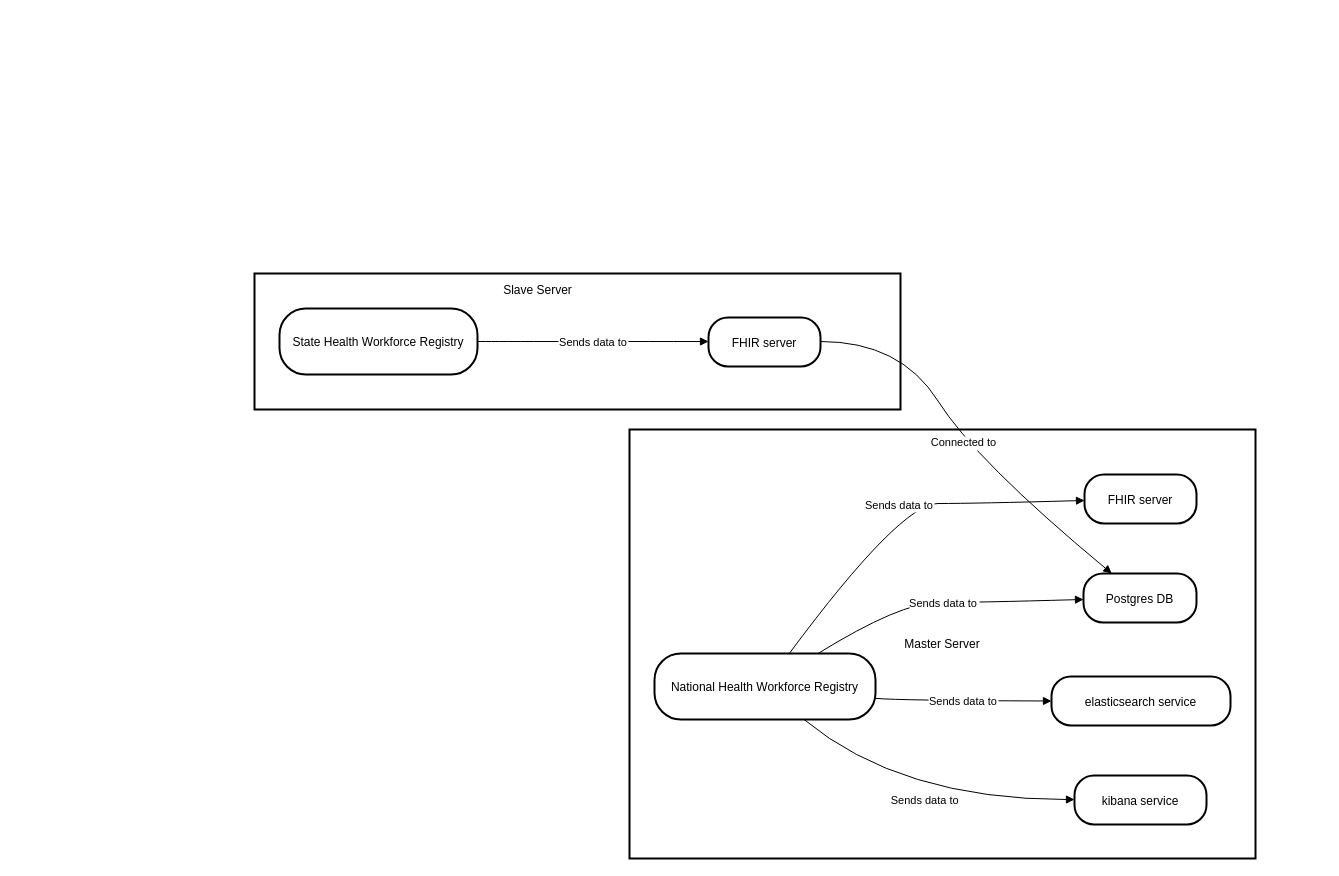
This is Untitled Diagram.drawio from ApostleDreSong/draws, a draw.io file, before an edit. Source tidied: cells renumbered, new cells numbered last; positions are measured from the earlier drawing's top-left corner, leaving out a move shared by most shapes. Both pictures are drawn from the tidied source at 100%, with x=0, y=0 at pixel (254, 273).
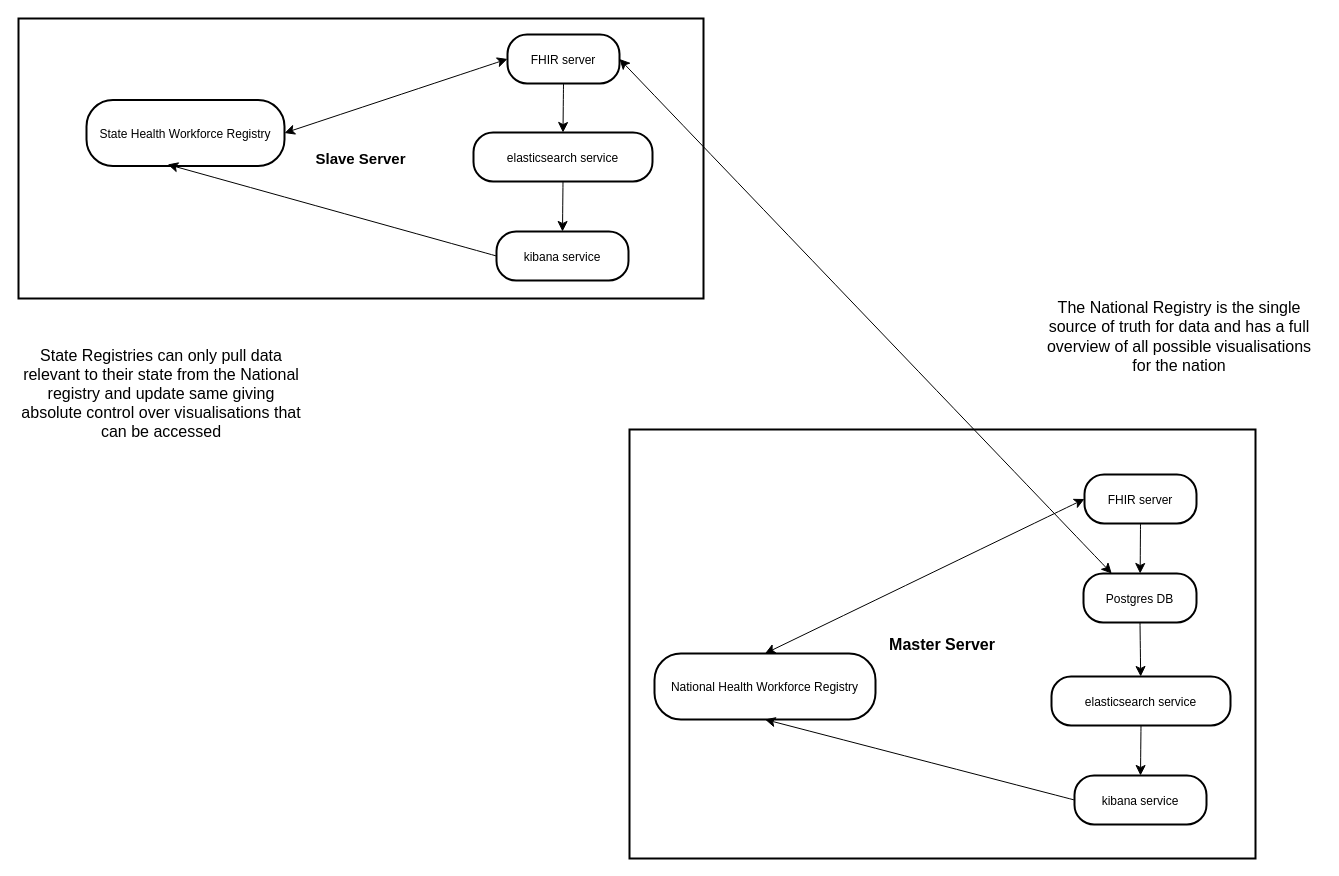
Above is the later version.

Unchanged cells that the change refers to:
```xml
<mxCell id="4" value="National Health Workforce Registry" style="rounded=1;arcSize=40;strokeWidth=2;" parent="1" vertex="1">
  <mxGeometry x="400" y="380" width="221" height="66" as="geometry" />
</mxCell>
<mxCell id="5" value="FHIR server" style="rounded=1;arcSize=40;strokeWidth=2;" parent="1" vertex="1">
  <mxGeometry x="830" y="201" width="112" height="49" as="geometry" />
</mxCell>
<mxCell id="6" value="Postgres DB" style="rounded=1;arcSize=40;strokeWidth=2;" parent="1" vertex="1">
  <mxGeometry x="829" y="300" width="113" height="49" as="geometry" />
</mxCell>
<mxCell id="7" value="elasticsearch service" style="rounded=1;arcSize=40;strokeWidth=2;" parent="1" vertex="1">
  <mxGeometry x="797" y="403" width="179" height="49" as="geometry" />
</mxCell>
<mxCell id="8" value="kibana service" style="rounded=1;arcSize=40;strokeWidth=2;" parent="1" vertex="1">
  <mxGeometry x="820" y="502" width="132" height="49" as="geometry" />
</mxCell>
```

Change to the diagram source:
```diff
@@
-    <mxCell id="2" style="whiteSpace=wrap;strokeWidth=2;" parent="1" vertex="1">
-      <mxGeometry width="646" height="136" as="geometry" />
+    <mxCell id="2" value="Slave Server" style="whiteSpace=wrap;strokeWidth=2;fontStyle=1;fontSize=15;" parent="1" vertex="1">
+      <mxGeometry x="-236" y="-255" width="685" height="280" as="geometry" />
     </mxCell>
-    <mxCell id="3" value="Master Server" style="whiteSpace=wrap;strokeWidth=2;" parent="1" vertex="1">
+    <mxCell id="3" value="Master Server" style="whiteSpace=wrap;strokeWidth=2;fontStyle=1;fontSize=16;" parent="1" vertex="1">
       <mxGeometry x="375" y="156" width="626" height="429" as="geometry" />
     </mxCell>
@@
     <mxCell id="9" value="State Health Workforce Registry" style="rounded=1;arcSize=40;strokeWidth=2;" parent="1" vertex="1">
-      <mxGeometry x="25" y="35" width="198" height="66" as="geometry" />
+      <mxGeometry x="-168" y="-173.5" width="198" height="66" as="geometry" />
     </mxCell>
     <mxCell id="10" value="FHIR server" style="rounded=1;arcSize=40;strokeWidth=2;" parent="1" vertex="1">
-      <mxGeometry x="454" y="44" width="112" height="49" as="geometry" />
+      <mxGeometry x="253" y="-239" width="112" height="49" as="geometry" />
     </mxCell>
-    <mxCell id="11" value="Sends data to" style="curved=1;startArrow=none;endArrow=block;exitX=0.61;exitY=0;entryX=0;entryY=0.53;" parent="1" edge="1" source="4" target="5">
-      <mxGeometry relative="1" as="geometry">
-        <Array as="points">
-          <mxPoint x="646" y="230" />
-          <mxPoint x="721" y="230" />
-        </Array>
-      </mxGeometry>
-    </mxCell>
-    <mxCell id="12" value="Sends data to" style="curved=1;startArrow=none;endArrow=block;exitX=0.74;exitY=0;entryX=0;entryY=0.53;" parent="1" edge="1" source="4" target="6">
-      <mxGeometry relative="1" as="geometry">
-        <Array as="points">
-          <mxPoint x="646" y="329" />
-          <mxPoint x="721" y="329" />
-        </Array>
-      </mxGeometry>
-    </mxCell>
-    <mxCell id="13" value="Sends data to" style="curved=1;startArrow=none;endArrow=block;exitX=1;exitY=0.68;entryX=0;entryY=0.5;" parent="1" edge="1" source="4" target="7">
-      <mxGeometry relative="1" as="geometry">
-        <Array as="points">
-          <mxPoint x="646" y="427" />
-        </Array>
-      </mxGeometry>
-    </mxCell>
-    <mxCell id="14" value="Sends data to" style="curved=1;startArrow=none;endArrow=block;exitX=0.68;exitY=1.01;entryX=0;entryY=0.49;" parent="1" edge="1" source="4" target="8">
-      <mxGeometry relative="1" as="geometry">
-        <Array as="points">
-          <mxPoint x="646" y="526" />
-        </Array>
-      </mxGeometry>
-    </mxCell>
-    <mxCell id="15" value="Sends data to" style="curved=1;startArrow=none;endArrow=block;exitX=1;exitY=0.5;entryX=0;entryY=0.49;" parent="1" edge="1" source="9" target="10">
-      <mxGeometry relative="1" as="geometry" />
-    </mxCell>
-    <mxCell id="16" value="Slave Server" style="edgeLabel;html=1;align=center;verticalAlign=middle;fontSize=12;" parent="15" vertex="1">
-      <mxGeometry x="-0.35" y="-2" relative="1" as="geometry">
-        <mxPoint x="-15" y="-54" as="offset" />
-      </mxGeometry>
-    </mxCell>
-    <mxCell id="17" value="Connected to" style="curved=1;startArrow=none;endArrow=block;exitX=1;exitY=0.49;entryX=0.25;entryY=0;" parent="1" edge="1" source="10" target="6">
-      <mxGeometry relative="1" as="geometry">
-        <Array as="points">
-          <mxPoint x="646" y="68" />
-          <mxPoint x="721" y="187" />
-        </Array>
-      </mxGeometry>
-    </mxCell>
+    <mxCell id="18" value="elasticsearch service" style="rounded=1;arcSize=40;strokeWidth=2;" parent="1" vertex="1">
+      <mxGeometry x="219" y="-141" width="179" height="49" as="geometry" />
+    </mxCell>
+    <mxCell id="19" value="kibana service" style="rounded=1;arcSize=40;strokeWidth=2;" parent="1" vertex="1">
+      <mxGeometry x="242" y="-42" width="132" height="49" as="geometry" />
+    </mxCell>
+    <mxCell id="20" style="endArrow=classic;html=1;rounded=0;fontSize=12;startSize=8;endSize=8;curved=1;exitX=0.5;exitY=1;exitDx=0;exitDy=0;entryX=0.5;entryY=0;entryDx=0;entryDy=0;" parent="1" edge="1" source="10" target="18">
+      <mxGeometry relative="1" as="geometry" />
+    </mxCell>
+    <mxCell id="21" style="endArrow=classic;html=1;rounded=0;fontSize=12;startSize=8;endSize=8;curved=1;exitX=0.5;exitY=1;exitDx=0;exitDy=0;entryX=0.5;entryY=0;entryDx=0;entryDy=0;" parent="1" edge="1" source="18" target="19">
+      <mxGeometry relative="1" as="geometry" />
+    </mxCell>
+    <mxCell id="22" style="endArrow=classic;html=1;rounded=0;fontSize=12;startSize=8;endSize=8;curved=1;exitX=0;exitY=0.5;exitDx=0;exitDy=0;entryX=0.41;entryY=0.977;entryDx=0;entryDy=0;entryPerimeter=0;" parent="1" edge="1" source="19" target="9">
+      <mxGeometry relative="1" as="geometry" />
+    </mxCell>
+    <mxCell id="23" style="endArrow=classic;startArrow=classic;html=1;rounded=0;fontSize=12;startSize=8;endSize=8;curved=1;entryX=1;entryY=0.5;entryDx=0;entryDy=0;exitX=0;exitY=0.5;exitDx=0;exitDy=0;" parent="1" edge="1" source="10" target="9">
+      <mxGeometry relative="1" as="geometry" />
+    </mxCell>
+    <mxCell id="24" style="endArrow=classic;startArrow=classic;html=1;rounded=0;fontSize=12;startSize=8;endSize=8;curved=1;entryX=1;entryY=0.5;entryDx=0;entryDy=0;exitX=0.25;exitY=0;exitDx=0;exitDy=0;" parent="1" edge="1" source="6" target="10">
+      <mxGeometry relative="1" as="geometry" />
+    </mxCell>
+    <mxCell id="25" style="endArrow=classic;startArrow=classic;html=1;rounded=0;fontSize=12;startSize=8;endSize=8;curved=1;entryX=0.5;entryY=0;entryDx=0;entryDy=0;exitX=0;exitY=0.5;exitDx=0;exitDy=0;" parent="1" edge="1" source="5" target="4">
+      <mxGeometry relative="1" as="geometry" />
+    </mxCell>
+    <mxCell id="26" style="endArrow=classic;html=1;rounded=0;fontSize=12;startSize=8;endSize=8;curved=1;exitX=0.5;exitY=1;exitDx=0;exitDy=0;" parent="1" edge="1" source="5" target="6">
+      <mxGeometry relative="1" as="geometry" />
+    </mxCell>
+    <mxCell id="27" style="endArrow=classic;html=1;rounded=0;fontSize=12;startSize=8;endSize=8;curved=1;exitX=0.5;exitY=1;exitDx=0;exitDy=0;" parent="1" edge="1" source="6" target="7">
+      <mxGeometry relative="1" as="geometry" />
+    </mxCell>
+    <mxCell id="28" style="endArrow=classic;html=1;rounded=0;fontSize=12;startSize=8;endSize=8;curved=1;exitX=0.5;exitY=1;exitDx=0;exitDy=0;entryX=0.5;entryY=0;entryDx=0;entryDy=0;" parent="1" edge="1" source="7" target="8">
+      <mxGeometry relative="1" as="geometry" />
+    </mxCell>
+    <mxCell id="29" style="endArrow=classic;html=1;rounded=0;fontSize=12;startSize=8;endSize=8;curved=1;exitX=0;exitY=0.5;exitDx=0;exitDy=0;entryX=0.5;entryY=1;entryDx=0;entryDy=0;" parent="1" edge="1" source="8" target="4">
+      <mxGeometry relative="1" as="geometry" />
+    </mxCell>
+    <mxCell id="30" value="State Registries can only pull data relevant to their state from the National registry and update same giving absolute control over visualisations that can be accessed" style="text;strokeColor=none;fillColor=none;html=1;align=center;verticalAlign=middle;whiteSpace=wrap;rounded=0;fontSize=16;" parent="1" vertex="1">
+      <mxGeometry x="-236" y="67" width="286" height="105" as="geometry" />
+    </mxCell>
+    <mxCell id="31" value="The National Registry is the single source of truth for data and has a full overview of all possible visualisations for the nation" style="text;strokeColor=none;fillColor=none;html=1;align=center;verticalAlign=middle;whiteSpace=wrap;rounded=0;fontSize=16;" parent="1" vertex="1">
+      <mxGeometry x="782" y="10" width="286" height="105" as="geometry" />
+    </mxCell>
```
